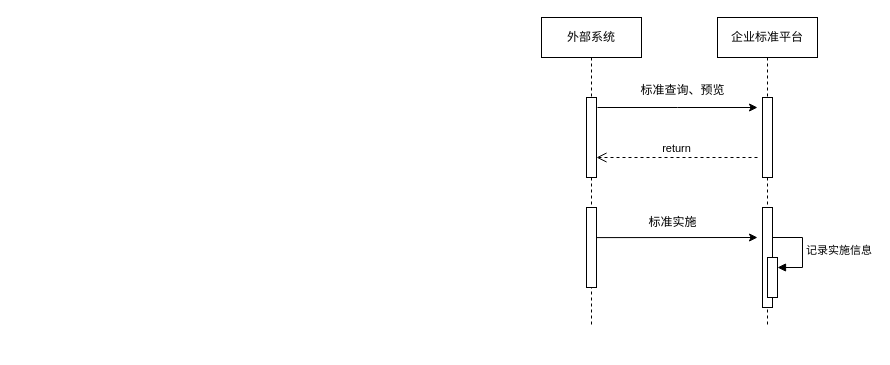
Above: 设计相关/标准实时.drawio in DemonHan/KuickBuy (draw.io), before the change. Source tidied: cells renumbered, new cells numbered last; positions are measured from the earlier drawing's top-left corner, leaving out a move shared by most shapes. Both pictures are drawn from the tidied source at 100%, with x=0, y=0 at pixel (541, 17).
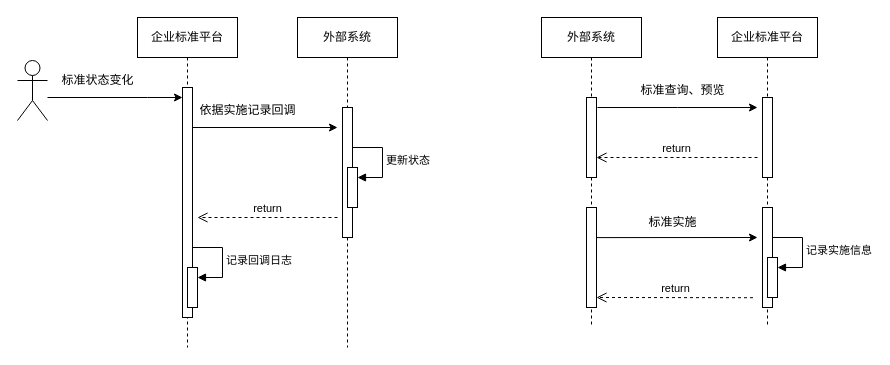
Above is the later version.

Commit message (it also covers changes not shown here):
更新标准实时.drawio

The change refers to these unchanged cells:
```xml
<mxCell id="7" value="外部系统" style="shape=umlLifeline;perimeter=lifelinePerimeter;whiteSpace=wrap;html=1;outlineConnect=0;portConstraint=eastwest;newEdgeStyle={&quot;edgeStyle&quot;:&quot;elbowEdgeStyle&quot;,&quot;elbow&quot;:&quot;vertical&quot;,&quot;curved&quot;:0,&quot;rounded&quot;:0};" parent="1" vertex="1">
  <mxGeometry width="100" height="310" as="geometry" />
</mxCell>
<mxCell id="8" style="html=1;points=[];perimeter=orthogonalPerimeter;outlineConnect=0;targetShapes=umlLifeline;portConstraint=eastwest;newEdgeStyle={&quot;edgeStyle&quot;:&quot;elbowEdgeStyle&quot;,&quot;elbow&quot;:&quot;vertical&quot;,&quot;curved&quot;:0,&quot;rounded&quot;:0};" parent="7" vertex="1">
  <mxGeometry x="45" y="80" width="10" height="80" as="geometry" />
</mxCell>
```

Diff of the diagram source:
```diff
@@
+    <mxCell id="15" style="edgeStyle=elbowEdgeStyle;rounded=0;jettySize=auto;html=1;elbow=vertical;curved=0;" parent="7" edge="1" source="8" target="7">
+      <mxGeometry relative="1" as="geometry" />
+    </mxCell>
@@
     <mxCell id="9" style="html=1;points=[];perimeter=orthogonalPerimeter;outlineConnect=0;targetShapes=umlLifeline;portConstraint=eastwest;newEdgeStyle={&quot;edgeStyle&quot;:&quot;elbowEdgeStyle&quot;,&quot;elbow&quot;:&quot;vertical&quot;,&quot;curved&quot;:0,&quot;rounded&quot;:0};" parent="7" vertex="1">
-      <mxGeometry x="45" y="190" width="10" height="80" as="geometry" />
+      <mxGeometry x="45" y="190" width="10" height="100" as="geometry" />
     </mxCell>
@@
+    <mxCell id="16" value="企业标准平台" style="shape=umlLifeline;perimeter=lifelinePerimeter;whiteSpace=wrap;html=1;newEdgeStyle={&quot;edgeStyle&quot;:&quot;elbowEdgeStyle&quot;,&quot;elbow&quot;:&quot;vertical&quot;,&quot;curved&quot;:0,&quot;rounded&quot;:0};" parent="1" vertex="1">
+      <mxGeometry x="-404" width="100" height="330" as="geometry" />
+    </mxCell>
+    <mxCell id="17" style="html=1;points=[];perimeter=orthogonalPerimeter;outlineConnect=0;targetShapes=umlLifeline;portConstraint=eastwest;newEdgeStyle={&quot;edgeStyle&quot;:&quot;elbowEdgeStyle&quot;,&quot;elbow&quot;:&quot;vertical&quot;,&quot;curved&quot;:0,&quot;rounded&quot;:0};" parent="16" vertex="1">
+      <mxGeometry x="45" y="70" width="10" height="230" as="geometry" />
+    </mxCell>
+    <mxCell id="18" style="html=1;points=[];perimeter=orthogonalPerimeter;outlineConnect=0;targetShapes=umlLifeline;portConstraint=eastwest;newEdgeStyle={&quot;edgeStyle&quot;:&quot;elbowEdgeStyle&quot;,&quot;elbow&quot;:&quot;vertical&quot;,&quot;curved&quot;:0,&quot;rounded&quot;:0};" parent="16" vertex="1">
+      <mxGeometry x="50" y="250" width="10" height="40" as="geometry" />
+    </mxCell>
+    <mxCell id="19" value="记录回调日志" style="html=1;align=left;spacingLeft=2;endArrow=block;rounded=0;edgeStyle=orthogonalEdgeStyle;curved=0;rounded=0;" parent="16" edge="1" target="18">
+      <mxGeometry relative="1" as="geometry">
+        <mxPoint x="55" y="230" as="sourcePoint" />
+        <Array as="points">
+          <mxPoint x="85" y="260" />
+        </Array>
+      </mxGeometry>
+    </mxCell>
+    <mxCell id="20" value="外部系统" style="shape=umlLifeline;perimeter=lifelinePerimeter;whiteSpace=wrap;html=1;newEdgeStyle={&quot;edgeStyle&quot;:&quot;elbowEdgeStyle&quot;,&quot;elbow&quot;:&quot;vertical&quot;,&quot;curved&quot;:0,&quot;rounded&quot;:0};" parent="1" vertex="1">
+      <mxGeometry x="-244" width="100" height="330" as="geometry" />
+    </mxCell>
+    <mxCell id="21" style="html=1;perimeter=orthogonalPerimeter;targetShapes=umlLifeline;newEdgeStyle={&quot;edgeStyle&quot;:&quot;elbowEdgeStyle&quot;,&quot;elbow&quot;:&quot;vertical&quot;,&quot;curved&quot;:0,&quot;rounded&quot;:0};" parent="20" vertex="1">
+      <mxGeometry x="45" y="90" width="10" height="130" as="geometry" />
+    </mxCell>
+    <mxCell id="22" style="html=1;points=[];perimeter=orthogonalPerimeter;outlineConnect=0;targetShapes=umlLifeline;portConstraint=eastwest;newEdgeStyle={&quot;edgeStyle&quot;:&quot;elbowEdgeStyle&quot;,&quot;elbow&quot;:&quot;vertical&quot;,&quot;curved&quot;:0,&quot;rounded&quot;:0};" parent="20" vertex="1">
+      <mxGeometry x="50" y="150" width="10" height="40" as="geometry" />
+    </mxCell>
+    <mxCell id="23" value="更新状态" style="html=1;align=left;spacingLeft=2;endArrow=block;rounded=0;edgeStyle=orthogonalEdgeStyle;curved=0;rounded=0;" parent="20" edge="1" target="22">
+      <mxGeometry relative="1" as="geometry">
+        <mxPoint x="55" y="130" as="sourcePoint" />
+        <Array as="points">
+          <mxPoint x="85" y="160" />
+        </Array>
+      </mxGeometry>
+    </mxCell>
+    <mxCell id="24" style="edgeStyle=orthogonalEdgeStyle;rounded=0;jettySize=auto;html=1;" parent="1" edge="1" target="17">
+      <mxGeometry relative="1" as="geometry">
+        <mxPoint x="-494" y="80" as="sourcePoint" />
+        <Array as="points">
+          <mxPoint x="-394" y="80" />
+          <mxPoint x="-394" y="80" />
+        </Array>
+      </mxGeometry>
+    </mxCell>
+    <mxCell id="25" style="shape=umlActor;verticalLabelPosition=bottom;verticalAlign=top;html=1;" parent="1" vertex="1">
+      <mxGeometry x="-524" y="43" width="30" height="60" as="geometry" />
+    </mxCell>
+    <mxCell id="26" value="标准状态变化" style="text;html=1;align=center;verticalAlign=middle;strokeColor=none;fillColor=none;" parent="1" vertex="1">
+      <mxGeometry x="-494" y="48" width="100" height="30" as="geometry" />
+    </mxCell>
+    <mxCell id="27" style="edgeStyle=elbowEdgeStyle;rounded=0;jettySize=auto;html=1;elbow=vertical;curved=0;" parent="1" edge="1" source="17">
+      <mxGeometry relative="1" as="geometry">
+        <mxPoint x="-204" y="110" as="targetPoint" />
+      </mxGeometry>
+    </mxCell>
+    <mxCell id="28" value="依据实施记录回调" style="text;html=1;align=center;verticalAlign=middle;strokeColor=none;fillColor=none;" parent="1" vertex="1">
+      <mxGeometry x="-354" y="78" width="120" height="30" as="geometry" />
+    </mxCell>
+    <mxCell id="29" value="return" style="html=1;verticalAlign=bottom;endArrow=open;dashed=1;endSize=8;edgeStyle=elbowEdgeStyle;elbow=vertical;curved=0;rounded=0;" parent="1" edge="1">
+      <mxGeometry relative="1" as="geometry">
+        <mxPoint x="-204" y="200" as="sourcePoint" />
+        <mxPoint x="-344" y="200" as="targetPoint" />
+      </mxGeometry>
+    </mxCell>
+    <mxCell id="30" value="return" style="html=1;verticalAlign=bottom;endArrow=open;dashed=1;endSize=8;edgeStyle=elbowEdgeStyle;elbow=vertical;curved=0;rounded=0;" parent="1" edge="1" target="9">
+      <mxGeometry relative="1" as="geometry">
+        <mxPoint x="211.5" y="280.2" as="sourcePoint" />
+      </mxGeometry>
+    </mxCell>
```
